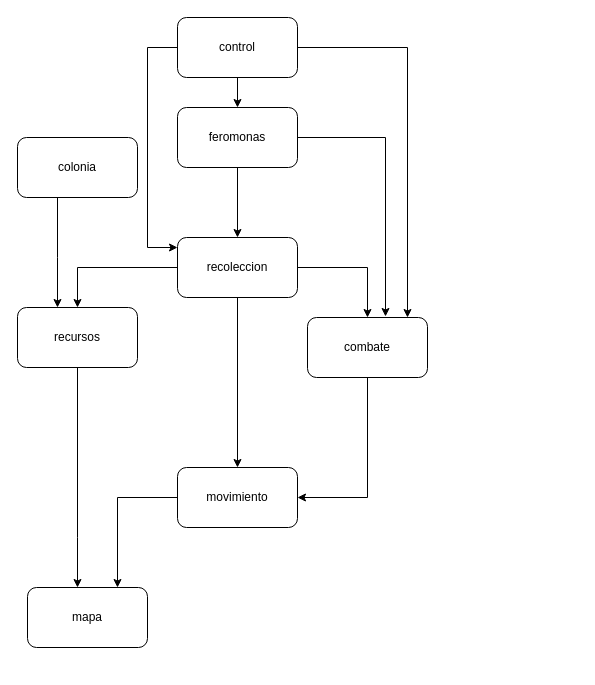
guildarfSoftware/Life-as-an-Ant keeps this draw.io diagram as MainStructure.drawio. Above is the earlier version. Source tidied: cells renumbered, new cells numbered last; positions are measured from the earlier drawing's top-left corner, leaving out a move shared by most shapes. Both pictures are drawn from the tidied source at 100%, with x=0, y=0 at pixel (17, 17).
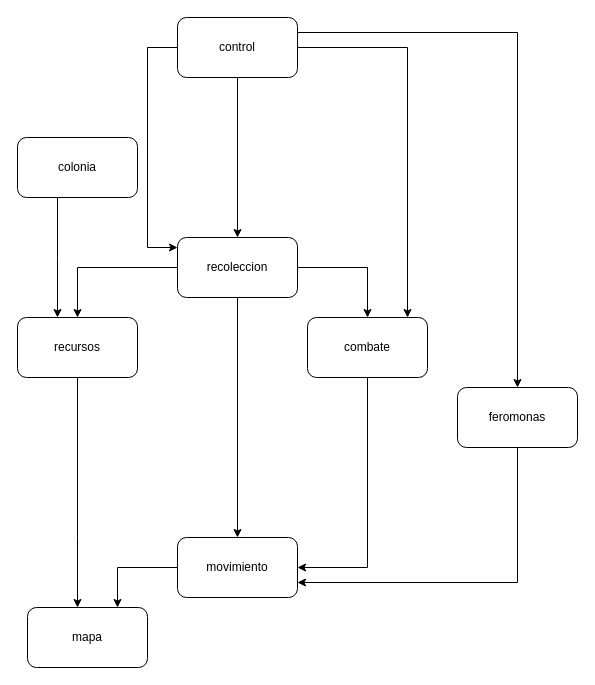
After the change.

Commit message (it also covers changes not shown here):
Pheromone generation will be handled by the controller instead of being automatic

The change refers to these unchanged cells:
```xml
<mxCell id="4" value="control" style="rounded=1;whiteSpace=wrap;html=1;" parent="1" vertex="1">
  <mxGeometry x="160" width="120" height="60" as="geometry" />
</mxCell>
<mxCell id="8" value="combate" style="rounded=1;whiteSpace=wrap;html=1;" parent="1" vertex="1">
  <mxGeometry x="290" y="300" width="120" height="60" as="geometry" />
</mxCell>
<mxCell id="12" value="recoleccion" style="rounded=1;whiteSpace=wrap;html=1;" parent="1" vertex="1">
  <mxGeometry x="160" y="220" width="120" height="60" as="geometry" />
</mxCell>
```

Change to the diagram source:
```diff
@@
+    <mxCell id="3" style="edgeStyle=orthogonalEdgeStyle;rounded=0;jettySize=auto;html=1;" parent="1" edge="1" source="4" target="12">
+      <mxGeometry relative="1" as="geometry">
+        <Array as="points">
+          <mxPoint x="130" y="30" />
+          <mxPoint x="130" y="230" />
+        </Array>
+      </mxGeometry>
+    </mxCell>
-    <mxCell id="2" style="edgeStyle=orthogonalEdgeStyle;rounded=0;jettySize=auto;html=1;" parent="1" edge="1" source="4" target="21">
+    <mxCell id="2" style="edgeStyle=orthogonalEdgeStyle;rounded=0;jettySize=auto;html=1;exitX=1;exitY=0.25;exitDx=0;exitDy=0;entryX=0.5;entryY=0;entryDx=0;entryDy=0;" parent="1" edge="1" source="4" target="21">
       <mxGeometry relative="1" as="geometry" />
     </mxCell>
-    <mxCell id="3" style="edgeStyle=orthogonalEdgeStyle;rounded=0;jettySize=auto;html=1;" parent="1" edge="1" source="4" target="12">
-      <mxGeometry relative="1" as="geometry">
-        <Array as="points">
-          <mxPoint x="130" y="30" />
-          <mxPoint x="130" y="230" />
-        </Array>
-      </mxGeometry>
-    </mxCell>
@@
     <mxCell id="5" style="edgeStyle=orthogonalEdgeStyle;rounded=0;jettySize=auto;html=1;" parent="1" edge="1" source="6" target="16">
       <mxGeometry relative="1" as="geometry">
         <Array as="points">
-          <mxPoint x="100" y="480" />
+          <mxPoint x="100" y="550" />
         </Array>
       </mxGeometry>
     </mxCell>
     <mxCell id="6" value="movimiento" style="rounded=1;whiteSpace=wrap;html=1;" parent="1" vertex="1">
-      <mxGeometry x="160" y="450" width="120" height="60" as="geometry" />
+      <mxGeometry x="160" y="520" width="120" height="60" as="geometry" />
     </mxCell>
     <mxCell id="7" style="edgeStyle=orthogonalEdgeStyle;rounded=0;jettySize=auto;html=1;entryX=1;entryY=0.5;entryDx=0;entryDy=0;" parent="1" edge="1" source="8" target="6">
       <mxGeometry relative="1" as="geometry">
         <Array as="points">
-          <mxPoint x="350" y="480" />
+          <mxPoint x="350" y="550" />
         </Array>
       </mxGeometry>
     </mxCell>
@@
     <mxCell id="16" value="mapa" style="rounded=1;whiteSpace=wrap;html=1;" parent="1" vertex="1">
-      <mxGeometry x="10" y="570" width="120" height="60" as="geometry" />
+      <mxGeometry x="10" y="590" width="120" height="60" as="geometry" />
     </mxCell>
@@
     <mxCell id="18" value="recursos" style="rounded=1;whiteSpace=wrap;html=1;" parent="1" vertex="1">
-      <mxGeometry y="290" width="120" height="60" as="geometry" />
+      <mxGeometry y="300" width="120" height="60" as="geometry" />
     </mxCell>
-    <mxCell id="19" style="edgeStyle=orthogonalEdgeStyle;rounded=0;jettySize=auto;html=1;" parent="1" edge="1" source="21" target="12">
+    <mxCell id="19" style="edgeStyle=orthogonalEdgeStyle;rounded=0;jettySize=auto;html=1;exitX=0.5;exitY=1;exitDx=0;exitDy=0;" parent="1" edge="1" source="4" target="12">
       <mxGeometry relative="1" as="geometry" />
     </mxCell>
-    <mxCell id="20" style="edgeStyle=orthogonalEdgeStyle;rounded=0;jettySize=auto;html=1;entryX=0.65;entryY=-0.017;entryDx=0;entryDy=0;entryPerimeter=0;" parent="1" edge="1" source="21" target="8">
-      <mxGeometry relative="1" as="geometry" />
-    </mxCell>
+    <mxCell id="22" style="edgeStyle=orthogonalEdgeStyle;rounded=0;jettySize=auto;html=1;exitX=0.5;exitY=1;exitDx=0;exitDy=0;entryX=1;entryY=0.75;entryDx=0;entryDy=0;" parent="1" edge="1" source="21" target="6">
+      <mxGeometry relative="1" as="geometry" />
+    </mxCell>
     <mxCell id="21" value="feromonas" style="rounded=1;whiteSpace=wrap;html=1;" parent="1" vertex="1">
-      <mxGeometry x="160" y="90" width="120" height="60" as="geometry" />
+      <mxGeometry x="440" y="370" width="120" height="60" as="geometry" />
     </mxCell>
```
